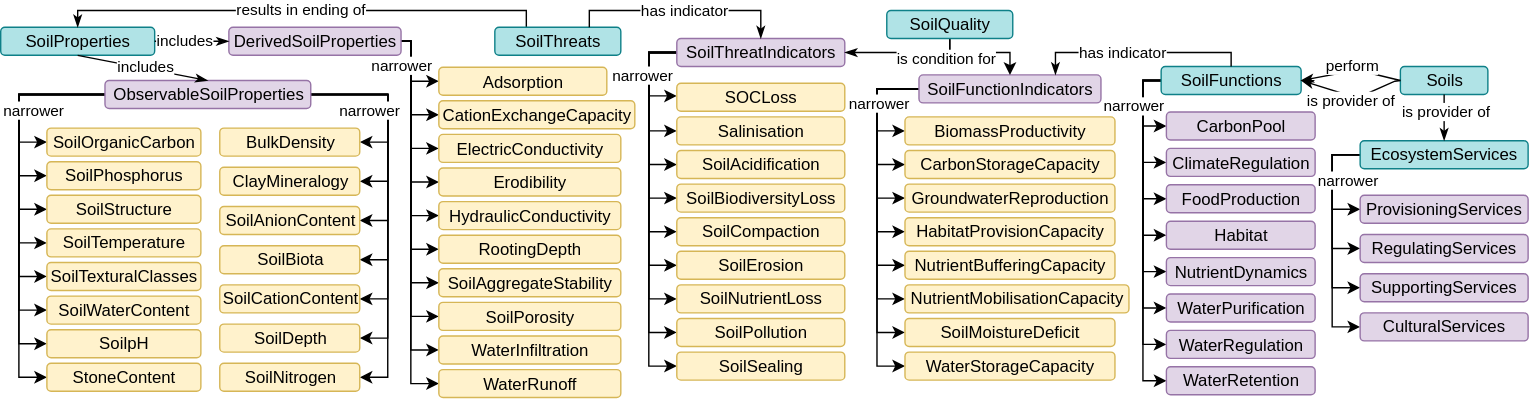
soilwise-he/soil-health-knowledge-graph keeps this draw.io diagram as imgs/soil_health_KG.svg. Above is the earlier version. Source tidied: cells renumbered, new cells last; positions are measured from the earlier drawing's top-left corner, leaving out a move shared by most shapes.
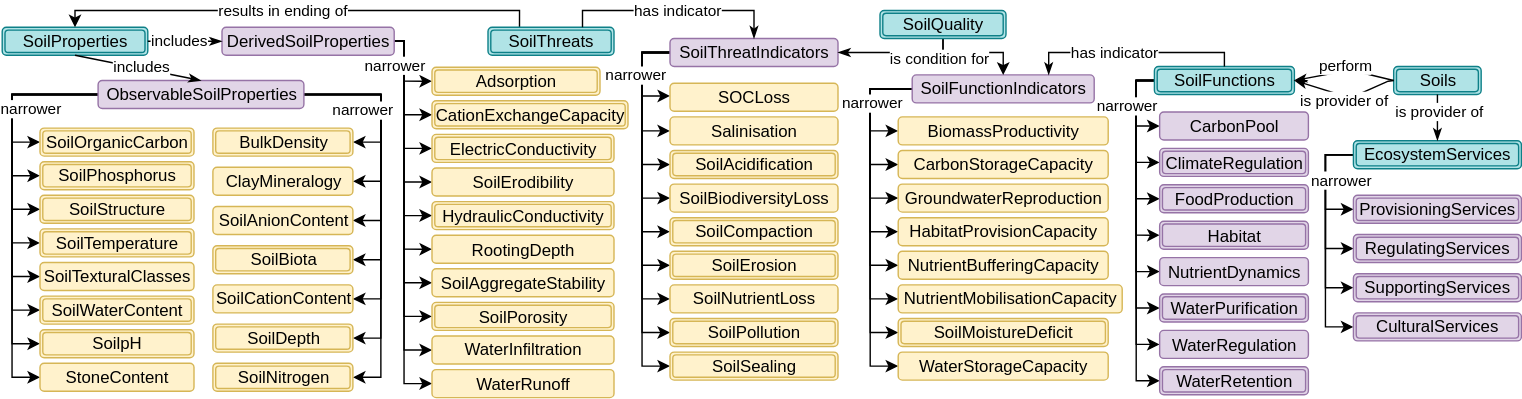
After the change.

The edit, as a diff of the source:
```diff
@@ -4,4 +4,4 @@
     <mxCell id="1" parent="0" />
-    <mxCell id="2" value="SoilProperties" style="rounded=1;whiteSpace=wrap;html=1;fillColor=#b0e3e6;strokeColor=#0e8088;" parent="1" vertex="1">
-      <mxGeometry y="12" width="110" height="20" as="geometry" />
+    <mxCell id="2" value="SoilProperties" style="rounded=1;whiteSpace=wrap;html=1;fillColor=#b0e3e6;strokeColor=#0e8088;shape=ext;double=1;" parent="1" vertex="1">
+      <mxGeometry x="6" y="12" width="104" height="20" as="geometry" />
     </mxCell>
@@ -143,3 +143,3 @@
       <mxGeometry relative="1" as="geometry">
-        <mxPoint x="-6" y="-1" as="offset" />
+        <mxPoint x="-5" y="-1" as="offset" />
       </mxGeometry>
@@ -154,3 +154,3 @@
     </mxCell>
-    <mxCell id="34" value="Soils" style="rounded=1;whiteSpace=wrap;html=1;fillColor=#b0e3e6;strokeColor=#0e8088;" parent="1" vertex="1">
+    <mxCell id="34" value="Soils" style="rounded=1;whiteSpace=wrap;html=1;fillColor=#b0e3e6;strokeColor=#0e8088;shadow=0;glass=0;align=center;verticalAlign=middle;fontFamily=Helvetica;fontSize=12;fontColor=default;absoluteArcSize=0;shape=ext;double=1;" parent="1" vertex="1">
       <mxGeometry x="999.9" y="40" width="62.5" height="20" as="geometry" />
@@ -221,3 +221,3 @@
     </mxCell>
-    <mxCell id="43" value="SoilFunc&lt;span style=&quot;background-color: transparent; color: light-dark(rgb(0, 0, 0), rgb(255, 255, 255));&quot;&gt;tions&lt;/span&gt;" style="rounded=1;whiteSpace=wrap;html=1;fillColor=#b0e3e6;strokeColor=#0e8088;" parent="1" vertex="1">
+    <mxCell id="43" value="SoilFunc&lt;span style=&quot;background-color: transparent; color: light-dark(rgb(0, 0, 0), rgb(255, 255, 255));&quot;&gt;tions&lt;/span&gt;" style="rounded=1;whiteSpace=wrap;html=1;fillColor=#b0e3e6;strokeColor=#0e8088;shape=ext;double=1;" parent="1" vertex="1">
       <mxGeometry x="829" y="40" width="100" height="20" as="geometry" />
@@ -241,15 +241,15 @@
     </mxCell>
-    <mxCell id="48" value="EcosystemServices" style="rounded=1;whiteSpace=wrap;html=1;fillColor=#b0e3e6;strokeColor=#0e8088;" parent="1" vertex="1">
+    <mxCell id="48" value="EcosystemServices" style="rounded=1;whiteSpace=wrap;html=1;fillColor=#b0e3e6;strokeColor=#0e8088;fillStyle=auto;shadow=0;glass=0;align=center;verticalAlign=middle;fontFamily=Helvetica;fontSize=12;fontColor=default;shape=ext;double=1;" parent="1" vertex="1">
       <mxGeometry x="971.2" y="93" width="120" height="20" as="geometry" />
     </mxCell>
-    <mxCell id="49" value="CulturalServices" style="rounded=1;whiteSpace=wrap;html=1;fillColor=#e1d5e7;strokeColor=#9673a6;" parent="1" vertex="1">
+    <mxCell id="49" value="CulturalServices" style="rounded=1;whiteSpace=wrap;html=1;fillColor=#e1d5e7;strokeColor=#9673a6;shape=ext;double=1;" parent="1" vertex="1">
       <mxGeometry x="971.2" y="216" width="120" height="20" as="geometry" />
     </mxCell>
-    <mxCell id="50" value="SupportingServices" style="rounded=1;whiteSpace=wrap;html=1;fillColor=#e1d5e7;strokeColor=#9673a6;" parent="1" vertex="1">
+    <mxCell id="50" value="SupportingServices" style="rounded=1;whiteSpace=wrap;html=1;fillColor=#e1d5e7;strokeColor=#9673a6;shape=ext;double=1;" parent="1" vertex="1">
       <mxGeometry x="971.2" y="188" width="120" height="20" as="geometry" />
     </mxCell>
-    <mxCell id="51" value="RegulatingServices" style="rounded=1;whiteSpace=wrap;html=1;fillColor=#e1d5e7;strokeColor=#9673a6;" parent="1" vertex="1">
+    <mxCell id="51" value="RegulatingServices" style="rounded=1;whiteSpace=wrap;html=1;fillColor=#e1d5e7;strokeColor=#9673a6;shape=ext;double=1;" parent="1" vertex="1">
       <mxGeometry x="971.2" y="160" width="120" height="20" as="geometry" />
     </mxCell>
-    <mxCell id="52" value="ProvisioningServices" style="rounded=1;whiteSpace=wrap;html=1;fillColor=#e1d5e7;strokeColor=#9673a6;" parent="1" vertex="1">
+    <mxCell id="52" value="ProvisioningServices" style="rounded=1;whiteSpace=wrap;html=1;fillColor=#e1d5e7;strokeColor=#9673a6;shape=ext;double=1;" parent="1" vertex="1">
       <mxGeometry x="971.2" y="132" width="120" height="20" as="geometry" />
@@ -291,3 +291,3 @@
     </mxCell>
-    <mxCell id="63" style="edgeStyle=orthogonalEdgeStyle;rounded=0;jettySize=auto;html=1;exitX=0.25;exitY=0;exitDx=0;exitDy=0;entryX=0.5;entryY=0;entryDx=0;entryDy=0;endArrow=classicThin;endFill=1;" parent="1" edge="1" source="65" target="2">
+    <mxCell id="63" style="edgeStyle=orthogonalEdgeStyle;rounded=0;jettySize=auto;html=1;exitX=0.25;exitY=0;exitDx=0;exitDy=0;entryX=0.5;entryY=0;entryDx=0;entryDy=0;" parent="1" edge="1" source="65" target="2">
       <mxGeometry relative="1" as="geometry">
@@ -295,3 +295,3 @@
           <mxPoint x="376" />
-          <mxPoint x="55" />
+          <mxPoint x="58" />
         </Array>
@@ -300,7 +300,5 @@
     <mxCell id="64" value="results in ending of" style="edgeLabel;html=1;align=center;verticalAlign=middle;" parent="63" vertex="1">
-      <mxGeometry x="-0.27" y="2" relative="1" as="geometry">
-        <mxPoint x="-48" y="-3" as="offset" />
-      </mxGeometry>
+      <mxGeometry x="0.07" relative="1" as="geometry" />
     </mxCell>
-    <mxCell id="65" value="SoilThreats" style="rounded=1;whiteSpace=wrap;html=1;fillColor=#b0e3e6;strokeColor=#0e8088;" parent="1" vertex="1">
+    <mxCell id="65" value="SoilThreats" style="rounded=1;whiteSpace=wrap;html=1;fillColor=#b0e3e6;strokeColor=#0e8088;shape=ext;double=1;" parent="1" vertex="1">
       <mxGeometry x="353" y="12" width="90" height="20" as="geometry" />
@@ -416,9 +414,9 @@
     </mxCell>
-    <mxCell id="84" value="Habitat" style="rounded=1;whiteSpace=wrap;html=1;fillColor=#e1d5e7;strokeColor=#9673a6;" parent="1" vertex="1">
+    <mxCell id="84" value="Habitat" style="rounded=1;whiteSpace=wrap;html=1;fillColor=#e1d5e7;strokeColor=#9673a6;shape=ext;double=1;" parent="1" vertex="1">
       <mxGeometry x="832.8" y="150.5" width="106.2" height="20" as="geometry" />
     </mxCell>
-    <mxCell id="85" value="FoodProduction" style="rounded=1;whiteSpace=wrap;html=1;fillColor=#e1d5e7;strokeColor=#9673a6;" parent="1" vertex="1">
+    <mxCell id="85" value="FoodProduction" style="rounded=1;whiteSpace=wrap;html=1;fillColor=#e1d5e7;strokeColor=#9673a6;shape=ext;double=1;" parent="1" vertex="1">
       <mxGeometry x="832.8" y="124.5" width="106.2" height="20" as="geometry" />
     </mxCell>
-    <mxCell id="86" value="ClimateRegulation" style="rounded=1;whiteSpace=wrap;html=1;fillColor=#e1d5e7;strokeColor=#9673a6;" parent="1" vertex="1">
+    <mxCell id="86" value="ClimateRegulation" style="rounded=1;whiteSpace=wrap;html=1;fillColor=#e1d5e7;strokeColor=#9673a6;shape=ext;double=1;" parent="1" vertex="1">
       <mxGeometry x="832.8" y="98.5" width="106.2" height="20" as="geometry" />
@@ -428,6 +426,6 @@
     </mxCell>
-    <mxCell id="88" value="WaterPurification" style="rounded=1;whiteSpace=wrap;html=1;fillColor=#e1d5e7;strokeColor=#9673a6;" parent="1" vertex="1">
+    <mxCell id="88" value="WaterPurification" style="rounded=1;whiteSpace=wrap;html=1;fillColor=#e1d5e7;strokeColor=#9673a6;shape=ext;double=1;" parent="1" vertex="1">
       <mxGeometry x="832.8" y="202.5" width="106.2" height="20" as="geometry" />
     </mxCell>
-    <mxCell id="89" value="WaterRetention" style="rounded=1;whiteSpace=wrap;html=1;fillColor=#e1d5e7;strokeColor=#9673a6;" parent="1" vertex="1">
+    <mxCell id="89" value="WaterRetention" style="rounded=1;whiteSpace=wrap;html=1;fillColor=#e1d5e7;strokeColor=#9673a6;shape=ext;double=1;" parent="1" vertex="1">
       <mxGeometry x="832.8" y="254.5" width="106.2" height="20" as="geometry" />
@@ -454,3 +452,3 @@
     </mxCell>
-    <mxCell id="96" value="SoilMoistureDeficit" style="rounded=1;whiteSpace=wrap;html=1;fillColor=#fff2cc;strokeColor=#d6b656;" parent="1" vertex="1">
+    <mxCell id="96" value="SoilMoistureDeficit" style="rounded=1;whiteSpace=wrap;html=1;fillColor=#fff2cc;strokeColor=#d6b656;shape=ext;double=1;" parent="1" vertex="1">
       <mxGeometry x="646" y="220" width="150" height="20" as="geometry" />
@@ -469,3 +467,3 @@
     </mxCell>
-    <mxCell id="101" value="SoilCompaction" style="rounded=1;whiteSpace=wrap;html=1;fillColor=#fff2cc;strokeColor=#d6b656;" parent="1" vertex="1">
+    <mxCell id="101" value="SoilCompaction" style="rounded=1;whiteSpace=wrap;html=1;fillColor=#fff2cc;strokeColor=#d6b656;shape=ext;double=1;" parent="1" vertex="1">
       <mxGeometry x="483" y="148" width="120" height="20" as="geometry" />
@@ -475,3 +473,3 @@
     </mxCell>
-    <mxCell id="103" value="SoilAcidification" style="rounded=1;whiteSpace=wrap;html=1;fillColor=#fff2cc;strokeColor=#d6b656;" parent="1" vertex="1">
+    <mxCell id="103" value="SoilAcidification" style="rounded=1;whiteSpace=wrap;html=1;fillColor=#fff2cc;strokeColor=#d6b656;shape=ext;double=1;" parent="1" vertex="1">
       <mxGeometry x="483" y="100" width="120" height="20" as="geometry" />
@@ -484,9 +482,9 @@
     </mxCell>
-    <mxCell id="106" value="SoilErosion" style="rounded=1;whiteSpace=wrap;html=1;fillColor=#fff2cc;strokeColor=#d6b656;" parent="1" vertex="1">
+    <mxCell id="106" value="SoilErosion" style="rounded=1;whiteSpace=wrap;html=1;fillColor=#fff2cc;strokeColor=#d6b656;shape=ext;double=1;" parent="1" vertex="1">
       <mxGeometry x="483" y="172" width="120" height="20" as="geometry" />
     </mxCell>
-    <mxCell id="107" value="SoilPollution" style="rounded=1;whiteSpace=wrap;html=1;fillColor=#fff2cc;strokeColor=#d6b656;" parent="1" vertex="1">
+    <mxCell id="107" value="SoilPollution" style="rounded=1;whiteSpace=wrap;html=1;fillColor=#fff2cc;strokeColor=#d6b656;shape=ext;double=1;" parent="1" vertex="1">
       <mxGeometry x="483" y="220" width="120" height="20" as="geometry" />
     </mxCell>
-    <mxCell id="108" value="SoilSealing" style="rounded=1;whiteSpace=wrap;html=1;fillColor=#fff2cc;strokeColor=#d6b656;" parent="1" vertex="1">
+    <mxCell id="108" value="SoilSealing" style="rounded=1;whiteSpace=wrap;html=1;fillColor=#fff2cc;strokeColor=#d6b656;shape=ext;double=1;" parent="1" vertex="1">
       <mxGeometry x="483" y="244" width="120" height="20" as="geometry" />
@@ -496,15 +494,15 @@
     </mxCell>
-    <mxCell id="110" value="Adsorption" style="rounded=1;whiteSpace=wrap;html=1;fillColor=#fff2cc;strokeColor=#d6b656;" parent="1" vertex="1">
+    <mxCell id="110" value="Adsorption" style="rounded=1;whiteSpace=wrap;html=1;fillColor=#fff2cc;strokeColor=#d6b656;shape=ext;double=1;" parent="1" vertex="1">
       <mxGeometry x="313" y="40.5" width="120" height="20" as="geometry" />
     </mxCell>
-    <mxCell id="111" value="HydraulicConductivity" style="rounded=1;whiteSpace=wrap;html=1;fillColor=#fff2cc;strokeColor=#d6b656;" parent="1" vertex="1">
+    <mxCell id="111" value="HydraulicConductivity" style="rounded=1;whiteSpace=wrap;html=1;fillColor=#fff2cc;strokeColor=#d6b656;shape=ext;double=1;" parent="1" vertex="1">
       <mxGeometry x="313" y="136.5" width="130" height="20" as="geometry" />
     </mxCell>
-    <mxCell id="112" value="Erodibility" style="rounded=1;whiteSpace=wrap;html=1;fillColor=#fff2cc;strokeColor=#d6b656;" parent="1" vertex="1">
+    <mxCell id="112" value="SoilErodibility" style="rounded=1;whiteSpace=wrap;html=1;fillColor=#fff2cc;strokeColor=#d6b656;" parent="1" vertex="1">
       <mxGeometry x="313" y="112.5" width="130" height="20" as="geometry" />
     </mxCell>
-    <mxCell id="113" value="ElectricConductivity" style="rounded=1;whiteSpace=wrap;html=1;fillColor=#fff2cc;strokeColor=#d6b656;" parent="1" vertex="1">
+    <mxCell id="113" value="ElectricConductivity" style="rounded=1;whiteSpace=wrap;html=1;fillColor=#fff2cc;strokeColor=#d6b656;shape=ext;double=1;" parent="1" vertex="1">
       <mxGeometry x="313" y="88.5" width="130" height="20" as="geometry" />
     </mxCell>
-    <mxCell id="114" value="CationExchangeCapacity" style="rounded=1;whiteSpace=wrap;html=1;fillColor=#fff2cc;strokeColor=#d6b656;" parent="1" vertex="1">
+    <mxCell id="114" value="CationExchangeCapacity" style="rounded=1;whiteSpace=wrap;html=1;fillColor=#fff2cc;strokeColor=#d6b656;shape=ext;double=1;" parent="1" vertex="1">
       <mxGeometry x="313" y="64.5" width="140" height="20" as="geometry" />
@@ -517,3 +515,3 @@
     </mxCell>
-    <mxCell id="117" value="SoilPorosity" style="rounded=1;whiteSpace=wrap;html=1;fillColor=#fff2cc;strokeColor=#d6b656;" parent="1" vertex="1">
+    <mxCell id="117" value="SoilPorosity" style="rounded=1;whiteSpace=wrap;html=1;fillColor=#fff2cc;strokeColor=#d6b656;shape=ext;double=1;" parent="1" vertex="1">
       <mxGeometry x="313" y="208.5" width="130" height="20" as="geometry" />
@@ -526,3 +524,3 @@
     </mxCell>
-    <mxCell id="120" value="BulkDensity" style="rounded=1;whiteSpace=wrap;html=1;fillColor=#fff2cc;strokeColor=#d6b656;" parent="1" vertex="1">
+    <mxCell id="120" value="BulkDensity" style="rounded=1;whiteSpace=wrap;html=1;fillColor=#fff2cc;strokeColor=#d6b656;shape=ext;double=1;" parent="1" vertex="1">
       <mxGeometry x="156.5" y="84" width="100" height="20" as="geometry" />
@@ -532,3 +530,3 @@
     </mxCell>
-    <mxCell id="122" value="SoilBiota" style="rounded=1;whiteSpace=wrap;html=1;fillColor=#fff2cc;strokeColor=#d6b656;" parent="1" vertex="1">
+    <mxCell id="122" value="SoilBiota" style="rounded=1;whiteSpace=wrap;html=1;fillColor=#fff2cc;strokeColor=#d6b656;shape=ext;double=1;" parent="1" vertex="1">
       <mxGeometry x="156.5" y="168" width="100" height="20" as="geometry" />
@@ -541,15 +539,15 @@
     </mxCell>
-    <mxCell id="125" value="SoilNi&lt;span style=&quot;background-color: transparent; color: light-dark(rgb(0, 0, 0), rgb(255, 255, 255));&quot;&gt;trogen&lt;/span&gt;" style="rounded=1;whiteSpace=wrap;html=1;fillColor=#fff2cc;strokeColor=#d6b656;" parent="1" vertex="1">
+    <mxCell id="125" value="SoilNi&lt;span style=&quot;background-color: transparent; color: light-dark(rgb(0, 0, 0), rgb(255, 255, 255));&quot;&gt;trogen&lt;/span&gt;" style="rounded=1;whiteSpace=wrap;html=1;fillColor=#fff2cc;strokeColor=#d6b656;shape=ext;double=1;" parent="1" vertex="1">
       <mxGeometry x="156.5" y="252" width="100" height="20" as="geometry" />
     </mxCell>
-    <mxCell id="126" value="SoilDepth" style="rounded=1;whiteSpace=wrap;html=1;fillColor=#fff2cc;strokeColor=#d6b656;" parent="1" vertex="1">
+    <mxCell id="126" value="SoilDepth" style="rounded=1;whiteSpace=wrap;html=1;fillColor=#fff2cc;strokeColor=#d6b656;shape=ext;double=1;" parent="1" vertex="1">
       <mxGeometry x="156.5" y="224" width="100" height="20" as="geometry" />
     </mxCell>
-    <mxCell id="127" value="SoilOrganicCarbon" style="rounded=1;whiteSpace=wrap;html=1;fillColor=#fff2cc;strokeColor=#d6b656;" parent="1" vertex="1">
+    <mxCell id="127" value="SoilOrganicCarbon" style="rounded=1;whiteSpace=wrap;html=1;fillColor=#fff2cc;strokeColor=#d6b656;shape=ext;double=1;" parent="1" vertex="1">
       <mxGeometry x="33" y="84" width="110" height="20" as="geometry" />
     </mxCell>
-    <mxCell id="128" value="SoilPhosphorus" style="rounded=1;whiteSpace=wrap;html=1;fillColor=#fff2cc;strokeColor=#d6b656;" parent="1" vertex="1">
+    <mxCell id="128" value="SoilPhosphorus" style="rounded=1;whiteSpace=wrap;html=1;fillColor=#fff2cc;strokeColor=#d6b656;shape=ext;double=1;" parent="1" vertex="1">
       <mxGeometry x="33" y="108" width="110" height="20" as="geometry" />
     </mxCell>
-    <mxCell id="129" value="SoilStructure" style="rounded=1;whiteSpace=wrap;html=1;fillColor=#fff2cc;strokeColor=#d6b656;" parent="1" vertex="1">
+    <mxCell id="129" value="SoilStructure" style="rounded=1;whiteSpace=wrap;html=1;fillColor=#fff2cc;strokeColor=#d6b656;shape=ext;double=1;" parent="1" vertex="1">
       <mxGeometry x="33" y="132" width="110" height="20" as="geometry" />
@@ -559,9 +557,9 @@
     </mxCell>
-    <mxCell id="131" value="SoilTemperature" style="rounded=1;whiteSpace=wrap;html=1;fillColor=#fff2cc;strokeColor=#d6b656;" parent="1" vertex="1">
+    <mxCell id="131" value="SoilTemperature" style="rounded=1;whiteSpace=wrap;html=1;fillColor=#fff2cc;strokeColor=#d6b656;shape=ext;double=1;" parent="1" vertex="1">
       <mxGeometry x="33" y="156" width="110" height="20" as="geometry" />
     </mxCell>
-    <mxCell id="132" value="SoilpH" style="rounded=1;whiteSpace=wrap;html=1;fillColor=#fff2cc;strokeColor=#d6b656;" parent="1" vertex="1">
+    <mxCell id="132" value="SoilpH" style="rounded=1;whiteSpace=wrap;html=1;fillColor=#fff2cc;strokeColor=#d6b656;shape=ext;double=1;" parent="1" vertex="1">
       <mxGeometry x="33" y="228" width="110" height="20" as="geometry" />
     </mxCell>
-    <mxCell id="133" value="SoilWaterContent" style="rounded=1;whiteSpace=wrap;html=1;fillColor=#fff2cc;strokeColor=#d6b656;" parent="1" vertex="1">
+    <mxCell id="133" value="SoilWaterContent" style="rounded=1;whiteSpace=wrap;html=1;fillColor=#fff2cc;strokeColor=#d6b656;shape=ext;double=1;" parent="1" vertex="1">
       <mxGeometry x="33" y="204" width="110" height="20" as="geometry" />
@@ -572,3 +570,3 @@
     <mxCell id="135" value="narrower" style="edgeLabel;html=1;align=center;verticalAlign=middle;spacing=2;spacingBottom=4;" parent="1" vertex="1">
-      <mxGeometry x="23" y="72.5" as="geometry" />
+      <mxGeometry x="26" y="72" as="geometry" />
     </mxCell>
@@ -620,3 +618,3 @@
     </mxCell>
-    <mxCell id="144" value="SoilQuality" style="rounded=1;whiteSpace=wrap;html=1;fillColor=#b0e3e6;strokeColor=#0e8088;" parent="1" vertex="1">
+    <mxCell id="144" value="SoilQuality" style="rounded=1;whiteSpace=wrap;html=1;fillColor=#b0e3e6;strokeColor=#0e8088;shape=ext;double=1;" parent="1" vertex="1">
       <mxGeometry x="633" width="90" height="20" as="geometry" />
```
